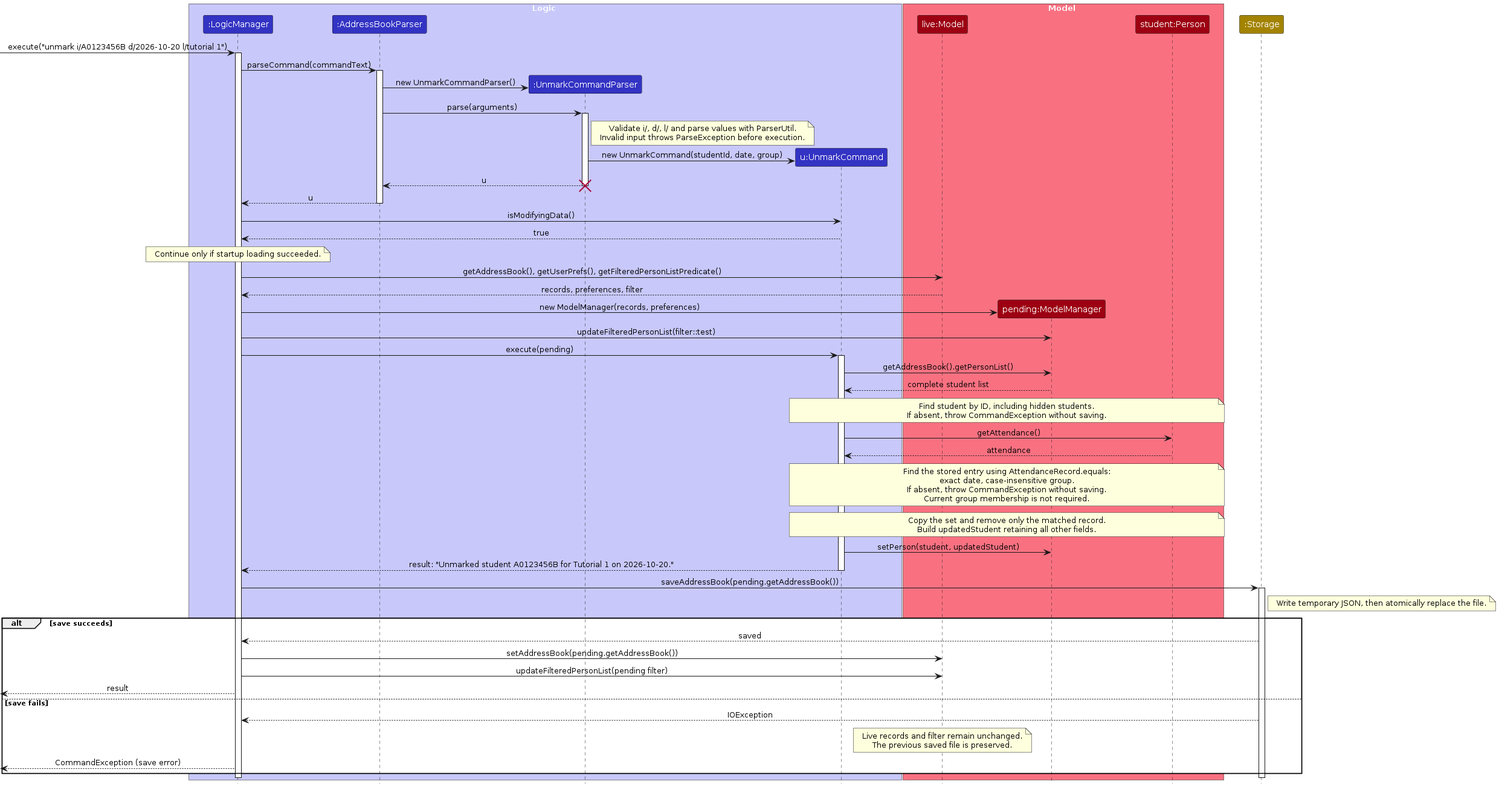
Earlier version of the PlantUML export diagrams/UnmarkSequenceDiagram.png (AY2627S1-CS2103T-F12-1/tp). Its source is kept beside it as diagrams/UnmarkSequenceDiagram.puml. Its diagram source:
```plantuml
@startuml
!include style.puml
skinparam ArrowFontStyle plain

box Logic LOGIC_COLOR_T1
participant ":LogicManager" as Logic LOGIC_COLOR
participant ":AddressBookParser" as Parser LOGIC_COLOR
participant ":UnmarkCommandParser" as UnmarkParser LOGIC_COLOR
participant "u:UnmarkCommand" as Command LOGIC_COLOR
end box
box Model MODEL_COLOR_T1
participant "live:Model" as Live MODEL_COLOR
participant "pending:ModelManager" as Pending MODEL_COLOR
participant "student:Person" as Student MODEL_COLOR
end box
participant ":Storage" as Storage STORAGE_COLOR

[-> Logic : execute("unmark i/A0123456B d/2026-10-20 l/tutorial 1")
activate Logic
Logic -> Parser : parseCommand(commandText)
activate Parser
create UnmarkParser
Parser -> UnmarkParser : new UnmarkCommandParser()
Parser -> UnmarkParser : parse(arguments)
activate UnmarkParser
note right of UnmarkParser
Validate i/, d/, l/ and parse values with ParserUtil.
Invalid input throws ParseException before execution.
end note
create Command
UnmarkParser -> Command : new UnmarkCommand(studentId, date, group)
UnmarkParser --> Parser : u
deactivate UnmarkParser
destroy UnmarkParser
Parser --> Logic : u
deactivate Parser
Logic -> Command : isModifyingData()
Command --> Logic : true
note over Logic
Continue only if startup loading succeeded.
end note
Logic -> Live : getAddressBook(), getUserPrefs(), getFilteredPersonListPredicate()
Live --> Logic : records, preferences, filter
create Pending
Logic -> Pending : new ModelManager(records, preferences)
Logic -> Pending : updateFilteredPersonList(filter::test)
Logic -> Command : execute(pending)
activate Command
Command -> Pending : getAddressBook().getPersonList()
Pending --> Command : complete student list
note over Command, Student
Find student by ID, including hidden students.
If absent, throw CommandException without saving.
end note
Command -> Student : getAttendance()
Student --> Command : attendance
note over Command, Student
Find the stored entry using AttendanceRecord.equals:
exact date, case-insensitive group.
If absent, throw CommandException without saving.
Current group membership is not required.
end note
note over Command, Student
Copy the set and remove only the matched record.
Build updatedStudent retaining all other fields.
end note
Command -> Pending : setPerson(student, updatedStudent)
Command --> Logic : result: "Unmarked student A0123456B for Tutorial 1 on 2026-10-20."
deactivate Command
Logic -> Storage : saveAddressBook(pending.getAddressBook())
activate Storage
note right of Storage
Write temporary JSON, then atomically replace the file.
end note
alt save succeeds
Storage --> Logic : saved
Logic -> Live : setAddressBook(pending.getAddressBook())
Logic -> Live : updateFilteredPersonList(pending filter)
[<-- Logic : result
else save fails
Storage --> Logic : IOException
note over Live
Live records and filter remain unchanged.
The previous saved file is preserved.
end note
[<-- Logic : CommandException (save error)
end
deactivate Storage
deactivate Logic
@enduml
```
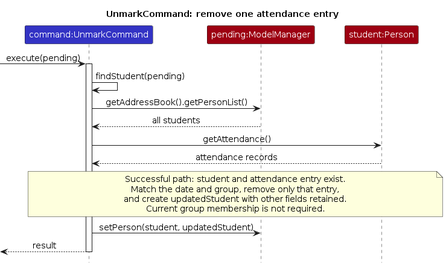
The same diagram one commit later.

Diff of the diagram source:
```diff
@@ -2,89 +2,24 @@
 !include style.puml
 skinparam ArrowFontStyle plain
 
-box Logic LOGIC_COLOR_T1
-participant ":LogicManager" as Logic LOGIC_COLOR
-participant ":AddressBookParser" as Parser LOGIC_COLOR
-participant ":UnmarkCommandParser" as UnmarkParser LOGIC_COLOR
-participant "u:UnmarkCommand" as Command LOGIC_COLOR
-end box
-box Model MODEL_COLOR_T1
-participant "live:Model" as Live MODEL_COLOR
-participant "pending:ModelManager" as Pending MODEL_COLOR
+title UnmarkCommand: remove one attendance entry
+participant "command:UnmarkCommand" as Command LOGIC_COLOR
+participant "pending:ModelManager" as Model MODEL_COLOR
 participant "student:Person" as Student MODEL_COLOR
-end box
-participant ":Storage" as Storage STORAGE_COLOR
-
-[-> Logic : execute("unmark i/A0123456B d/2026-10-20 l/tutorial 1")
-activate Logic
-Logic -> Parser : parseCommand(commandText)
-activate Parser
-create UnmarkParser
-Parser -> UnmarkParser : new UnmarkCommandParser()
-Parser -> UnmarkParser : parse(arguments)
-activate UnmarkParser
-note right of UnmarkParser
-Validate i/, d/, l/ and parse values with ParserUtil.
-Invalid input throws ParseException before execution.
-end note
-create Command
-UnmarkParser -> Command : new UnmarkCommand(studentId, date, group)
-UnmarkParser --> Parser : u
-deactivate UnmarkParser
-destroy UnmarkParser
-Parser --> Logic : u
-deactivate Parser
-Logic -> Command : isModifyingData()
-Command --> Logic : true
-note over Logic
-Continue only if startup loading succeeded.
-end note
-Logic -> Live : getAddressBook(), getUserPrefs(), getFilteredPersonListPredicate()
-Live --> Logic : records, preferences, filter
-create Pending
-Logic -> Pending : new ModelManager(records, preferences)
-Logic -> Pending : updateFilteredPersonList(filter::test)
-Logic -> Command : execute(pending)
+[-> Command : execute(pending)
 activate Command
-Command -> Pending : getAddressBook().getPersonList()
-Pending --> Command : complete student list
+Command -> Command : findStudent(pending)
+Command -> Model : getAddressBook().getPersonList()
+Model --> Command : all students
+Command -> Student : getAttendance()
+Student --> Command : attendance records
 note over Command, Student
-Find student by ID, including hidden students.
-If absent, throw CommandException without saving.
-end note
-Command -> Student : getAttendance()
-Student --> Command : attendance
-note over Command, Student
-Find the stored entry using AttendanceRecord.equals:
-exact date, case-insensitive group.
-If absent, throw CommandException without saving.
+Successful path: student and attendance entry exist.
+Match the date and group, remove only that entry,
+and create updatedStudent with other fields retained.
 Current group membership is not required.
 end note
-note over Command, Student
-Copy the set and remove only the matched record.
-Build updatedStudent retaining all other fields.
-end note
-Command -> Pending : setPerson(student, updatedStudent)
-Command --> Logic : result: "Unmarked student A0123456B for Tutorial 1 on 2026-10-20."
+Command -> Model : setPerson(student, updatedStudent)
+[<-- Command : result
 deactivate Command
-Logic -> Storage : saveAddressBook(pending.getAddressBook())
-activate Storage
-note right of Storage
-Write temporary JSON, then atomically replace the file.
-end note
-alt save succeeds
-Storage --> Logic : saved
-Logic -> Live : setAddressBook(pending.getAddressBook())
-Logic -> Live : updateFilteredPersonList(pending filter)
-[<-- Logic : result
-else save fails
-Storage --> Logic : IOException
-note over Live
-Live records and filter remain unchanged.
-The previous saved file is preserved.
-end note
-[<-- Logic : CommandException (save error)
-end
-deactivate Storage
-deactivate Logic
 @enduml
```
